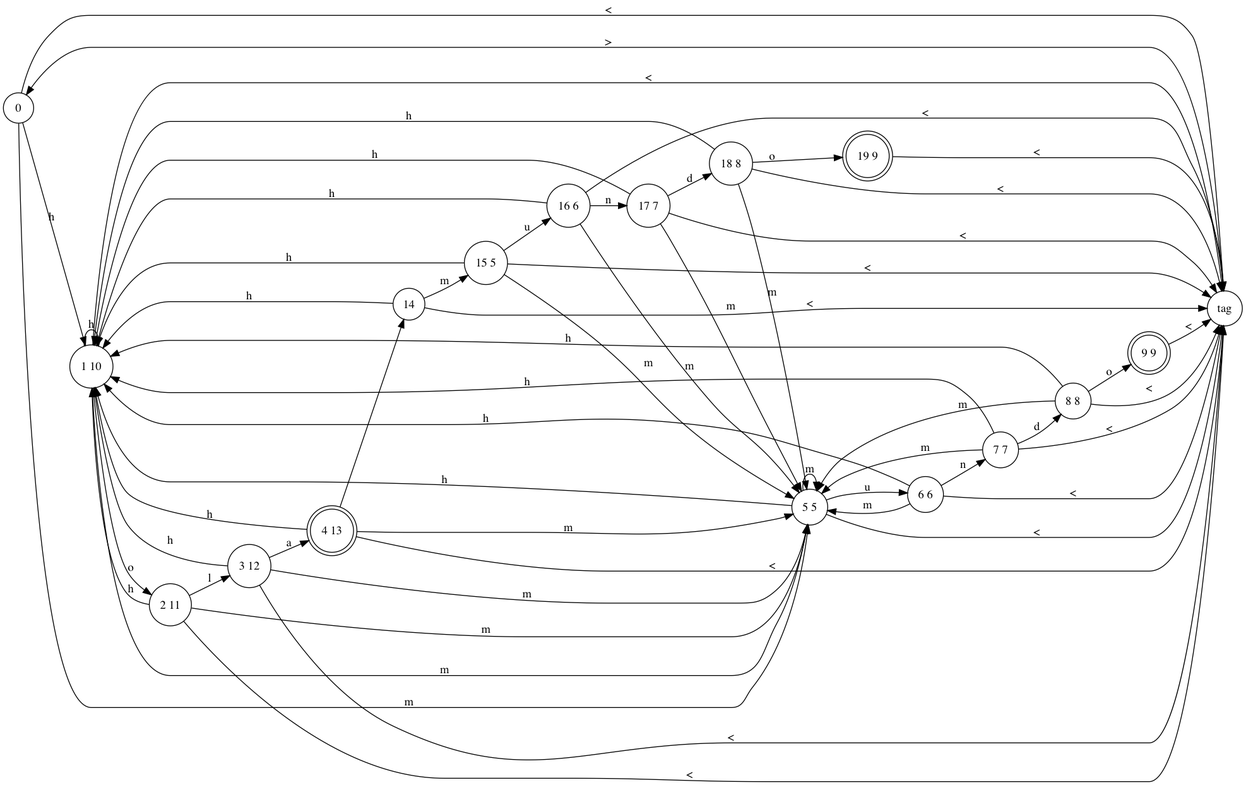
GdeAchaval/automaton keeps this Graphviz diagram as determinante.png. Above is the earlier version. Its source is kept beside it as determinante.dot. Source of this version:
```dot
digraph {
rankdir = "LR";
node [shape=circle] Node_0[label="0"];
node [shape=circle] Node_1_10[label="1 10"];
node [shape=circle] Node_tag[label="tag"];
node [shape=circle] Node_5_5[label="5 5"];
node [shape=circle] Node_2_11[label="2 11"];
node [shape=circle] Node_6_6[label="6 6"];
node [shape=circle] Node_3_12[label="3 12"];
node [shape=circle] Node_7_7[label="7 7"];
node [shape=doublecircle] Node_4_13[label="4 13"];
node [shape=circle] Node_8_8[label="8 8"];
node [shape=circle] Node_14[label="14"];
node [shape=doublecircle] Node_9_9[label="9 9"];
node [shape=circle] Node_15_5[label="15 5"];
node [shape=circle] Node_16_6[label="16 6"];
node [shape=circle] Node_17_7[label="17 7"];
node [shape=circle] Node_18_8[label="18 8"];
node [shape=doublecircle] Node_19_9[label="19 9"];

Node_0 -> Node_1_10 [label="h"];
Node_0 -> Node_tag [label="<"];
Node_0 -> Node_5_5 [label="m"];
Node_1_10 -> Node_1_10 [label="h"];
Node_1_10 -> Node_tag [label="<"];
Node_1_10 -> Node_5_5 [label="m"];
Node_1_10 -> Node_2_11 [label="o"];
Node_tag -> Node_0 [label=">"];
Node_5_5 -> Node_6_6 [label="u"];
Node_5_5 -> Node_1_10 [label="h"];
Node_5_5 -> Node_tag [label="<"];
Node_5_5 -> Node_5_5 [label="m"];
Node_2_11 -> Node_1_10 [label="h"];
Node_2_11 -> Node_tag [label="<"];
Node_2_11 -> Node_3_12 [label="l"];
Node_2_11 -> Node_5_5 [label="m"];
Node_6_6 -> Node_1_10 [label="h"];
Node_6_6 -> Node_tag [label="<"];
Node_6_6 -> Node_5_5 [label="m"];
Node_6_6 -> Node_7_7 [label="n"];
Node_3_12 -> Node_4_13 [label="a"];
Node_3_12 -> Node_1_10 [label="h"];
Node_3_12 -> Node_tag [label="<"];
Node_3_12 -> Node_5_5 [label="m"];
Node_7_7 -> Node_8_8 [label="d"];
Node_7_7 -> Node_1_10 [label="h"];
Node_7_7 -> Node_tag [label="<"];
Node_7_7 -> Node_5_5 [label="m"];
Node_4_13 -> Node_14 [label=" "];
Node_4_13 -> Node_1_10 [label="h"];
Node_4_13 -> Node_tag [label="<"];
Node_4_13 -> Node_5_5 [label="m"];
Node_8_8 -> Node_1_10 [label="h"];
Node_8_8 -> Node_tag [label="<"];
Node_8_8 -> Node_5_5 [label="m"];
Node_8_8 -> Node_9_9 [label="o"];
Node_14 -> Node_1_10 [label="h"];
Node_14 -> Node_tag [label="<"];
Node_14 -> Node_15_5 [label="m"];
Node_9_9 -> Node_tag [label="<"];
Node_15_5 -> Node_16_6 [label="u"];
Node_15_5 -> Node_1_10 [label="h"];
Node_15_5 -> Node_tag [label="<"];
Node_15_5 -> Node_5_5 [label="m"];
Node_16_6 -> Node_1_10 [label="h"];
Node_16_6 -> Node_tag [label="<"];
Node_16_6 -> Node_5_5 [label="m"];
Node_16_6 -> Node_17_7 [label="n"];
Node_17_7 -> Node_18_8 [label="d"];
Node_17_7 -> Node_1_10 [label="h"];
Node_17_7 -> Node_tag [label="<"];
Node_17_7 -> Node_5_5 [label="m"];
Node_18_8 -> Node_1_10 [label="h"];
Node_18_8 -> Node_tag [label="<"];
Node_18_8 -> Node_5_5 [label="m"];
Node_18_8 -> Node_19_9 [label="o"];
Node_19_9 -> Node_tag [label="<"];
}
```
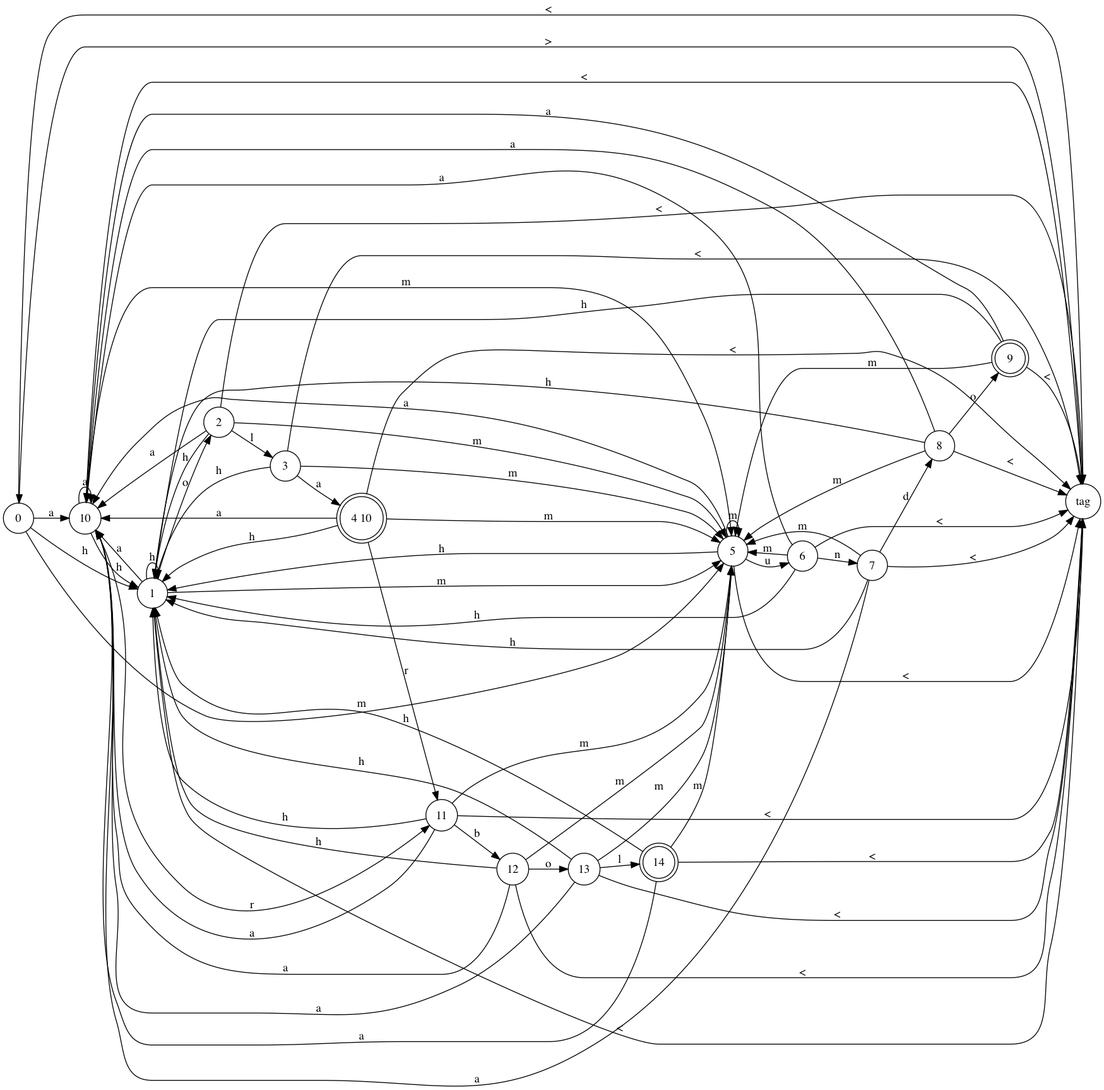
The same file after the commit.

Change to the diagram source:
```diff
@@ -1,78 +1,92 @@
 digraph {
 rankdir = "LR";
 node [shape=circle] Node_0[label="0"];
-node [shape=circle] Node_1_10[label="1 10"];
+node [shape=circle] Node_10[label="10"];
+node [shape=circle] Node_1[label="1"];
 node [shape=circle] Node_tag[label="tag"];
-node [shape=circle] Node_5_5[label="5 5"];
-node [shape=circle] Node_2_11[label="2 11"];
-node [shape=circle] Node_6_6[label="6 6"];
-node [shape=circle] Node_3_12[label="3 12"];
-node [shape=circle] Node_7_7[label="7 7"];
-node [shape=doublecircle] Node_4_13[label="4 13"];
-node [shape=circle] Node_8_8[label="8 8"];
-node [shape=circle] Node_14[label="14"];
-node [shape=doublecircle] Node_9_9[label="9 9"];
-node [shape=circle] Node_15_5[label="15 5"];
-node [shape=circle] Node_16_6[label="16 6"];
-node [shape=circle] Node_17_7[label="17 7"];
-node [shape=circle] Node_18_8[label="18 8"];
-node [shape=doublecircle] Node_19_9[label="19 9"];
+node [shape=circle] Node_5[label="5"];
+node [shape=circle] Node_11[label="11"];
+node [shape=circle] Node_2[label="2"];
+node [shape=circle] Node_6[label="6"];
+node [shape=circle] Node_12[label="12"];
+node [shape=circle] Node_3[label="3"];
+node [shape=circle] Node_7[label="7"];
+node [shape=circle] Node_13[label="13"];
+node [shape=doublecircle] Node_4_10[label="4 10"];
+node [shape=circle] Node_8[label="8"];
+node [shape=doublecircle] Node_14[label="14"];
+node [shape=doublecircle] Node_9[label="9"];
 
-Node_0 -> Node_1_10 [label="h"];
+Node_0 -> Node_10 [label="a"];
+Node_0 -> Node_1 [label="h"];
 Node_0 -> Node_tag [label="<"];
-Node_0 -> Node_5_5 [label="m"];
-Node_1_10 -> Node_1_10 [label="h"];
-Node_1_10 -> Node_tag [label="<"];
-Node_1_10 -> Node_5_5 [label="m"];
-Node_1_10 -> Node_2_11 [label="o"];
+Node_0 -> Node_5 [label="m"];
+Node_10 -> Node_10 [label="a"];
+Node_10 -> Node_11 [label="r"];
+Node_10 -> Node_1 [label="h"];
+Node_10 -> Node_tag [label="<"];
+Node_10 -> Node_5 [label="m"];
+Node_1 -> Node_10 [label="a"];
+Node_1 -> Node_1 [label="h"];
+Node_1 -> Node_tag [label="<"];
+Node_1 -> Node_5 [label="m"];
+Node_1 -> Node_2 [label="o"];
 Node_tag -> Node_0 [label=">"];
-Node_5_5 -> Node_6_6 [label="u"];
-Node_5_5 -> Node_1_10 [label="h"];
-Node_5_5 -> Node_tag [label="<"];
-Node_5_5 -> Node_5_5 [label="m"];
-Node_2_11 -> Node_1_10 [label="h"];
-Node_2_11 -> Node_tag [label="<"];
-Node_2_11 -> Node_3_12 [label="l"];
-Node_2_11 -> Node_5_5 [label="m"];
-Node_6_6 -> Node_1_10 [label="h"];
-Node_6_6 -> Node_tag [label="<"];
-Node_6_6 -> Node_5_5 [label="m"];
-Node_6_6 -> Node_7_7 [label="n"];
-Node_3_12 -> Node_4_13 [label="a"];
-Node_3_12 -> Node_1_10 [label="h"];
-Node_3_12 -> Node_tag [label="<"];
-Node_3_12 -> Node_5_5 [label="m"];
-Node_7_7 -> Node_8_8 [label="d"];
-Node_7_7 -> Node_1_10 [label="h"];
-Node_7_7 -> Node_tag [label="<"];
-Node_7_7 -> Node_5_5 [label="m"];
-Node_4_13 -> Node_14 [label=" "];
-Node_4_13 -> Node_1_10 [label="h"];
-Node_4_13 -> Node_tag [label="<"];
-Node_4_13 -> Node_5_5 [label="m"];
-Node_8_8 -> Node_1_10 [label="h"];
-Node_8_8 -> Node_tag [label="<"];
-Node_8_8 -> Node_5_5 [label="m"];
-Node_8_8 -> Node_9_9 [label="o"];
-Node_14 -> Node_1_10 [label="h"];
+Node_5 -> Node_10 [label="a"];
+Node_5 -> Node_6 [label="u"];
+Node_5 -> Node_1 [label="h"];
+Node_5 -> Node_tag [label="<"];
+Node_5 -> Node_5 [label="m"];
+Node_11 -> Node_10 [label="a"];
+Node_11 -> Node_12 [label="b"];
+Node_11 -> Node_1 [label="h"];
+Node_11 -> Node_tag [label="<"];
+Node_11 -> Node_5 [label="m"];
+Node_2 -> Node_10 [label="a"];
+Node_2 -> Node_1 [label="h"];
+Node_2 -> Node_tag [label="<"];
+Node_2 -> Node_3 [label="l"];
+Node_2 -> Node_5 [label="m"];
+Node_6 -> Node_10 [label="a"];
+Node_6 -> Node_1 [label="h"];
+Node_6 -> Node_tag [label="<"];
+Node_6 -> Node_5 [label="m"];
+Node_6 -> Node_7 [label="n"];
+Node_12 -> Node_10 [label="a"];
+Node_12 -> Node_1 [label="h"];
+Node_12 -> Node_tag [label="<"];
+Node_12 -> Node_5 [label="m"];
+Node_12 -> Node_13 [label="o"];
+Node_3 -> Node_4_10 [label="a"];
+Node_3 -> Node_1 [label="h"];
+Node_3 -> Node_tag [label="<"];
+Node_3 -> Node_5 [label="m"];
+Node_7 -> Node_10 [label="a"];
+Node_7 -> Node_8 [label="d"];
+Node_7 -> Node_1 [label="h"];
+Node_7 -> Node_tag [label="<"];
+Node_7 -> Node_5 [label="m"];
+Node_13 -> Node_10 [label="a"];
+Node_13 -> Node_1 [label="h"];
+Node_13 -> Node_tag [label="<"];
+Node_13 -> Node_14 [label="l"];
+Node_13 -> Node_5 [label="m"];
+Node_4_10 -> Node_10 [label="a"];
+Node_4_10 -> Node_11 [label="r"];
+Node_4_10 -> Node_1 [label="h"];
+Node_4_10 -> Node_tag [label="<"];
+Node_4_10 -> Node_5 [label="m"];
+Node_8 -> Node_10 [label="a"];
+Node_8 -> Node_1 [label="h"];
+Node_8 -> Node_tag [label="<"];
+Node_8 -> Node_5 [label="m"];
+Node_8 -> Node_9 [label="o"];
+Node_14 -> Node_10 [label="a"];
+Node_14 -> Node_1 [label="h"];
 Node_14 -> Node_tag [label="<"];
-Node_14 -> Node_15_5 [label="m"];
-Node_9_9 -> Node_tag [label="<"];
-Node_15_5 -> Node_16_6 [label="u"];
-Node_15_5 -> Node_1_10 [label="h"];
-Node_15_5 -> Node_tag [label="<"];
-Node_15_5 -> Node_5_5 [label="m"];
-Node_16_6 -> Node_1_10 [label="h"];
-Node_16_6 -> Node_tag [label="<"];
-Node_16_6 -> Node_5_5 [label="m"];
-Node_16_6 -> Node_17_7 [label="n"];
-Node_17_7 -> Node_18_8 [label="d"];
-Node_17_7 -> Node_1_10 [label="h"];
-Node_17_7 -> Node_tag [label="<"];
-Node_17_7 -> Node_5_5 [label="m"];
-Node_18_8 -> Node_1_10 [label="h"];
-Node_18_8 -> Node_tag [label="<"];
-Node_18_8 -> Node_5_5 [label="m"];
-Node_18_8 -> Node_19_9 [label="o"];
-Node_19_9 -> Node_tag [label="<"];
+Node_14 -> Node_5 [label="m"];
+Node_9 -> Node_10 [label="a"];
+Node_9 -> Node_1 [label="h"];
+Node_9 -> Node_tag [label="<"];
+Node_9 -> Node_5 [label="m"];
 }
```
